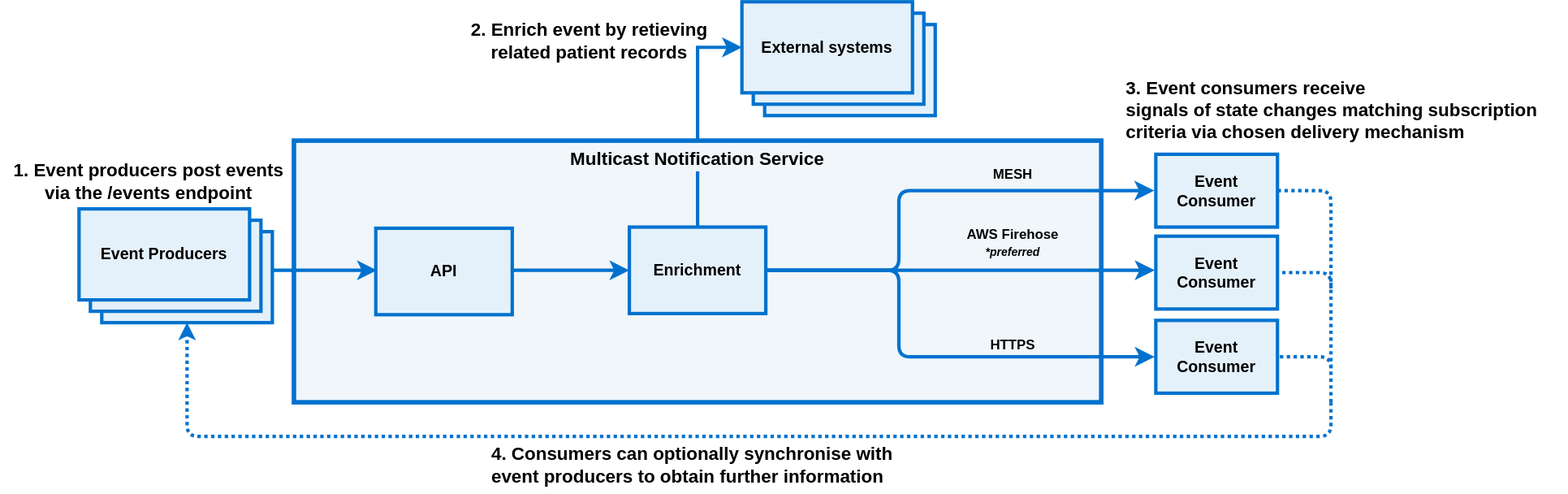
Above: assets/images/mns-high-level-diagram.svg in NHSDigital/multicast-notification-service (draw.io), before the change. Source tidied: cells renumbered, new cells last; positions are measured from the earlier drawing's top-left corner, leaving out a move shared by most shapes.
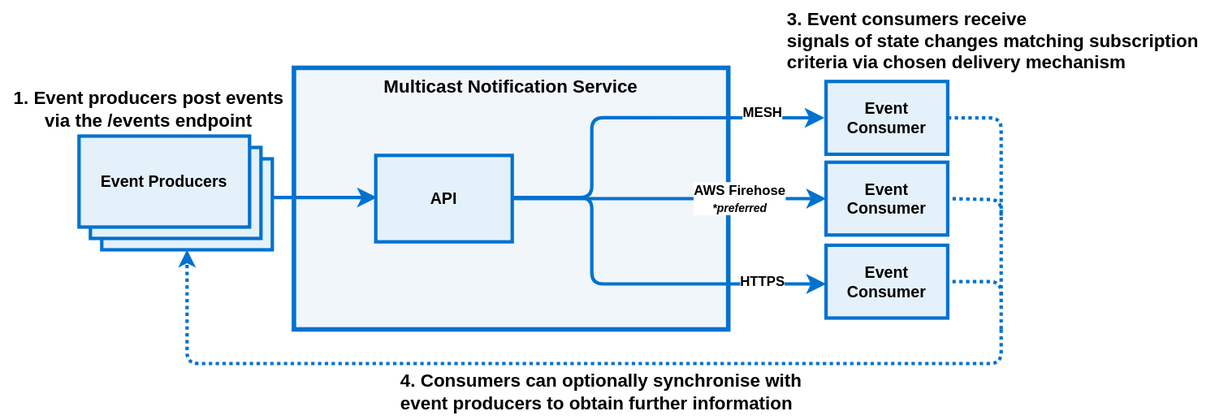
The same diagram one commit later.

What changed in the source:
```diff
@@ -3,36 +3,27 @@
     <mxCell id="0" />
     <mxCell id="1" parent="0" />
     <mxCell id="2" value="&lt;b&gt;Multicast Notification Service&lt;br&gt;&lt;/b&gt;" style="rounded=0;whiteSpace=wrap;html=1;strokeColor=#0072CE;strokeWidth=4;fillColor=#F0F6FA;fontSize=16;verticalAlign=top;" parent="1" vertex="1">
-      <mxGeometry x="258" y="122" width="710" height="230" as="geometry" />
+      <mxGeometry x="258" y="122" width="382" height="230" as="geometry" />
     </mxCell>
-    <mxCell id="3" value="&lt;b&gt;AWS Firehose&lt;br&gt;&lt;i&gt;&lt;font style=&quot;font-size: 10px;&quot;&gt;*preferred&lt;/font&gt;&lt;/i&gt;&lt;/b&gt;" style="edgeStyle=orthogonalEdgeStyle;rounded=0;orthogonalLoop=1;jettySize=auto;html=1;fontSize=12;startSize=8;endSize=8;strokeColor=#0072CE;strokeWidth=3;entryX=0;entryY=0.5;entryDx=0;entryDy=0;exitX=1;exitY=0.5;exitDx=0;exitDy=0;labelBackgroundColor=none;" parent="1" edge="1">
-      <mxGeometry x="0.27" y="24" relative="1" as="geometry">
-        <mxPoint x="673" y="235.9" as="sourcePoint" />
-        <mxPoint x="1015" y="235.9" as="targetPoint" />
-      </mxGeometry>
+    <mxCell id="3" value="&lt;b&gt;AWS Firehose&lt;br&gt;&lt;i&gt;&lt;font style=&quot;font-size: 10px;&quot;&gt;*preferred&lt;/font&gt;&lt;/i&gt;&lt;/b&gt;" style="edgeStyle=orthogonalEdgeStyle;rounded=0;jettySize=auto;html=1;fontSize=12;startSize=8;endSize=8;strokeColor=#0072CE;strokeWidth=3;labelBackgroundColor=default;" parent="1" edge="1" source="15" target="18">
+      <mxGeometry x="0.45" relative="1" as="geometry" />
     </mxCell>
-    <mxCell id="4" value="&lt;b&gt;HTTPS&lt;br&gt;&lt;/b&gt;" style="edgeStyle=orthogonalEdgeStyle;jettySize=auto;html=1;fontSize=12;startSize=8;endSize=8;strokeColor=#0072CE;entryX=0;entryY=0.5;entryDx=0;entryDy=0;rounded=1;exitX=1;exitY=0.5;exitDx=0;exitDy=0;strokeWidth=3;labelBackgroundColor=none;" parent="1" edge="1" source="16">
-      <mxGeometry x="0.4" y="10" relative="1" as="geometry">
-        <mxPoint x="1015" y="312" as="targetPoint" />
+    <mxCell id="4" value="&lt;b&gt;HTTPS&lt;br&gt;&lt;/b&gt;" style="edgeStyle=orthogonalEdgeStyle;jettySize=auto;html=1;fontSize=12;startSize=8;endSize=8;strokeColor=#0072CE;rounded=1;strokeWidth=3;labelBackgroundColor=default;" parent="1" edge="1" source="15" target="19">
+      <mxGeometry x="0.68" y="2" relative="1" as="geometry">
         <Array as="points">
-          <mxPoint x="790" y="236" />
-          <mxPoint x="790" y="312" />
+          <mxPoint x="520" y="236" />
+          <mxPoint x="520" y="312" />
         </Array>
       </mxGeometry>
     </mxCell>
-    <mxCell id="5" value="&lt;b&gt;MESH&lt;br&gt;&lt;/b&gt;" style="edgeStyle=orthogonalEdgeStyle;rounded=1;jettySize=auto;html=1;fontSize=12;startSize=8;endSize=8;strokeColor=#0072CE;entryX=-0.013;entryY=0.499;entryDx=0;entryDy=0;entryPerimeter=0;exitX=1;exitY=0.5;exitDx=0;exitDy=0;strokeWidth=3;labelBackgroundColor=none;" parent="1" edge="1" source="16" target="17">
-      <mxGeometry x="0.39" y="14" relative="1" as="geometry">
+    <mxCell id="5" value="&lt;b&gt;MESH&lt;br&gt;&lt;/b&gt;" style="edgeStyle=orthogonalEdgeStyle;rounded=1;jettySize=auto;html=1;fontSize=12;startSize=8;endSize=8;strokeColor=#0072CE;entryX=-0.013;entryY=0.499;entryDx=0;entryDy=0;entryPerimeter=0;strokeWidth=3;labelBackgroundColor=default;" parent="1" edge="1" source="15" target="17">
+      <mxGeometry x="0.68" y="4" relative="1" as="geometry">
         <Array as="points">
-          <mxPoint x="790" y="236" />
-          <mxPoint x="790" y="166" />
+          <mxPoint x="520" y="236" />
+          <mxPoint x="520" y="166" />
         </Array>
       </mxGeometry>
     </mxCell>
-    <mxCell id="6" style="edgeStyle=orthogonalEdgeStyle;rounded=0;jettySize=auto;html=1;fontSize=12;startSize=8;endSize=8;strokeColor=#0072CE;entryX=0;entryY=0.5;entryDx=0;entryDy=0;strokeWidth=3;" parent="1" edge="1" target="16">
-      <mxGeometry relative="1" as="geometry">
-        <mxPoint x="451" y="236" as="sourcePoint" />
-      </mxGeometry>
-    </mxCell>
     <mxCell id="7" style="edgeStyle=orthogonalEdgeStyle;rounded=0;orthogonalLoop=1;jettySize=auto;html=1;entryX=0;entryY=0.5;entryDx=0;entryDy=0;fontSize=12;startSize=8;endSize=8;strokeColor=#0072CE;exitX=1;exitY=0.25;exitDx=0;exitDy=0;strokeWidth=3;" parent="1" edge="1">
       <mxGeometry relative="1" as="geometry">
         <mxPoint x="239" y="236" as="sourcePoint" />
@@ -43,10 +34,10 @@
       <mxGeometry y="133" width="260" height="50" as="geometry" />
     </mxCell>
     <mxCell id="9" value="&lt;b&gt;3. Event consumers receive &lt;br&gt;signals of state changes matching subscription&lt;br&gt;criteria via chosen delivery mechanism&lt;br&gt;&lt;/b&gt;" style="text;html=1;align=left;verticalAlign=middle;fontSize=16;fillColor=default;" parent="1" vertex="1">
-      <mxGeometry x="988" y="60" width="390" height="70" as="geometry" />
+      <mxGeometry x="690" y="63" width="390" height="70" as="geometry" />
     </mxCell>
     <mxCell id="10" value="&lt;b&gt;4. Consumers can optionally synchronise with &lt;/b&gt;&lt;br&gt;&lt;b&gt;event producers to obtain further information&lt;/b&gt;" style="text;html=1;align=left;verticalAlign=middle;fontSize=16;fillColor=default;" parent="1" vertex="1">
-      <mxGeometry x="430" y="382" width="380" height="50" as="geometry" />
+      <mxGeometry x="350" y="382" width="380" height="50" as="geometry" />
     </mxCell>
     <mxCell id="11" style="group;" parent="1" vertex="1">
       <mxGeometry x="69" y="182" width="170" height="100" as="geometry" />
@@ -63,24 +54,18 @@
     <mxCell id="15" value="&lt;b&gt;API&lt;/b&gt;" style="rounded=0;whiteSpace=wrap;html=1;strokeColor=#0072CE;strokeWidth=3;fillColor=#E5F1FA;fontSize=14;" parent="1" vertex="1">
       <mxGeometry x="330" y="199" width="120" height="76" as="geometry" />
     </mxCell>
-    <mxCell id="16" value="&lt;b&gt;Enrichment&lt;/b&gt;" style="rounded=0;whiteSpace=wrap;html=1;strokeColor=#0072CE;strokeWidth=3;fillColor=#E5F1FA;fontSize=14;" parent="1" vertex="1">
-      <mxGeometry x="553" y="198" width="120" height="76" as="geometry" />
-    </mxCell>
     <mxCell id="17" value="&lt;div&gt;&lt;b&gt;Event &lt;br&gt;&lt;/b&gt;&lt;/div&gt;&lt;div&gt;&lt;b&gt;Consumer&lt;/b&gt;&lt;/div&gt;" style="rounded=0;whiteSpace=wrap;html=1;strokeColor=#0072CE;strokeWidth=3;fillColor=#E5F1FA;fontSize=14;" parent="1" vertex="1">
-      <mxGeometry x="1016" y="134" width="107" height="64" as="geometry" />
+      <mxGeometry x="726" y="134" width="107" height="64" as="geometry" />
     </mxCell>
     <mxCell id="18" value="&lt;div&gt;&lt;b&gt;Event &lt;br&gt;&lt;/b&gt;&lt;/div&gt;&lt;div&gt;&lt;b&gt;Consumer&lt;/b&gt;&lt;/div&gt;" style="rounded=0;whiteSpace=wrap;html=1;strokeColor=#0072CE;strokeWidth=3;fillColor=#E5F1FA;fontSize=14;" parent="1" vertex="1">
-      <mxGeometry x="1016" y="206" width="107" height="64" as="geometry" />
+      <mxGeometry x="726" y="205" width="107" height="64" as="geometry" />
     </mxCell>
     <mxCell id="19" value="&lt;div&gt;&lt;b&gt;Event &lt;br&gt;&lt;/b&gt;&lt;/div&gt;&lt;div&gt;&lt;b&gt;Consumer&lt;/b&gt;&lt;/div&gt;" style="rounded=0;whiteSpace=wrap;html=1;strokeColor=#0072CE;strokeWidth=3;fillColor=#E5F1FA;fontSize=14;" parent="1" vertex="1">
-      <mxGeometry x="1016" y="280" width="107" height="64" as="geometry" />
+      <mxGeometry x="726" y="278" width="107" height="64" as="geometry" />
     </mxCell>
-    <mxCell id="20" value="&lt;div&gt;&lt;b&gt;2. Enrich event by retieving &lt;br&gt;&lt;/b&gt;&lt;/div&gt;&lt;div&gt;&lt;b&gt;&amp;nbsp;&amp;nbsp;&amp;nbsp; related patient records&lt;/b&gt;&lt;/div&gt;" style="text;html=1;align=left;verticalAlign=middle;fontSize=16;fillColor=none;strokeColor=none;" parent="1" vertex="1">
-      <mxGeometry x="412" y="9" width="230" height="50" as="geometry" />
-    </mxCell>
     <mxCell id="21" style="edgeStyle=orthogonalEdgeStyle;shape=connector;rounded=1;jettySize=auto;html=1;entryX=0.5;entryY=1;entryDx=0;entryDy=0;labelBackgroundColor=default;strokeColor=#0072CE;strokeWidth=3;fontFamily=Helvetica;fontSize=14;fontColor=default;endArrow=classic;dashed=1;dashPattern=1 1;" parent="1" edge="1" target="12">
       <mxGeometry relative="1" as="geometry">
-        <mxPoint x="1170" y="352" as="sourcePoint" />
+        <mxPoint x="880" y="352" as="sourcePoint" />
         <Array as="points">
           <mxPoint x="164" y="382" />
         </Array>
@@ -88,47 +73,27 @@
     </mxCell>
     <mxCell id="22" style="edgeStyle=orthogonalEdgeStyle;shape=connector;rounded=1;jettySize=auto;html=1;entryX=1;entryY=0.5;entryDx=0;entryDy=0;labelBackgroundColor=default;strokeColor=#0072CE;strokeWidth=3;fontFamily=Helvetica;fontSize=14;fontColor=default;endArrow=none;dashed=1;dashPattern=1 1;endFill=0;" parent="1" edge="1" target="19">
       <mxGeometry relative="1" as="geometry">
-        <mxPoint x="1170" y="352" as="sourcePoint" />
+        <mxPoint x="880" y="352" as="sourcePoint" />
         <Array as="points">
-          <mxPoint x="1170" y="312" />
+          <mxPoint x="880" y="310" />
         </Array>
       </mxGeometry>
     </mxCell>
     <mxCell id="23" style="edgeStyle=orthogonalEdgeStyle;shape=connector;rounded=1;jettySize=auto;html=1;entryX=1;entryY=0.5;entryDx=0;entryDy=0;labelBackgroundColor=default;strokeColor=#0072CE;strokeWidth=3;fontFamily=Helvetica;fontSize=14;fontColor=default;endArrow=none;dashed=1;dashPattern=1 1;endFill=0;" parent="1" edge="1" target="18">
       <mxGeometry relative="1" as="geometry">
-        <mxPoint x="1170" y="322" as="sourcePoint" />
+        <mxPoint x="880" y="322" as="sourcePoint" />
         <Array as="points">
-          <mxPoint x="1170" y="238" />
+          <mxPoint x="880" y="238" />
         </Array>
       </mxGeometry>
     </mxCell>
     <mxCell id="24" style="edgeStyle=orthogonalEdgeStyle;shape=connector;rounded=1;jettySize=auto;html=1;entryX=1;entryY=0.5;entryDx=0;entryDy=0;labelBackgroundColor=default;strokeColor=#0072CE;strokeWidth=3;fontFamily=Helvetica;fontSize=14;fontColor=default;endArrow=none;dashed=1;dashPattern=1 1;endFill=0;" parent="1" edge="1" target="17">
       <mxGeometry relative="1" as="geometry">
-        <mxPoint x="1170" y="252" as="sourcePoint" />
+        <mxPoint x="880" y="252" as="sourcePoint" />
         <Array as="points">
-          <mxPoint x="1170" y="166" />
+          <mxPoint x="880" y="166" />
         </Array>
       </mxGeometry>
     </mxCell>
-    <mxCell id="25" style="edgeStyle=orthogonalEdgeStyle;rounded=0;jettySize=auto;html=1;fontSize=12;startSize=8;endSize=8;strokeColor=#0072CE;strokeWidth=3;endArrow=none;endFill=0;exitX=0.5;exitY=0;exitDx=0;exitDy=0;" parent="1" edge="1" source="16">
-      <mxGeometry relative="1" as="geometry">
-        <mxPoint x="613" y="149" as="targetPoint" />
-      </mxGeometry>
-    </mxCell>
-    <mxCell id="26" style="edgeStyle=orthogonalEdgeStyle;rounded=0;jettySize=auto;html=1;fontSize=12;startSize=8;endSize=8;strokeColor=#0072CE;entryX=0;entryY=0.5;entryDx=0;entryDy=0;strokeWidth=3;exitX=0.5;exitY=0;exitDx=0;exitDy=0;" parent="1" edge="1" source="2" target="30">
-      <mxGeometry relative="1" as="geometry" />
-    </mxCell>
-    <mxCell id="27" style="group;" parent="1" vertex="1">
-      <mxGeometry x="652" width="170" height="100" as="geometry" />
-    </mxCell>
-    <mxCell id="28" style="rounded=0;whiteSpace=wrap;html=1;strokeColor=#0072CE;strokeWidth=3;fillColor=#E5F1FA;fontSize=14;" parent="27" vertex="1">
-      <mxGeometry x="20" y="20" width="150" height="80" as="geometry" />
-    </mxCell>
-    <mxCell id="29" style="rounded=0;whiteSpace=wrap;html=1;strokeColor=#0072CE;strokeWidth=3;fillColor=#E5F1FA;fontSize=14;" parent="27" vertex="1">
-      <mxGeometry x="10" y="10" width="150" height="80" as="geometry" />
-    </mxCell>
-    <mxCell id="30" value="&lt;b&gt;External systems&lt;br&gt;&lt;/b&gt;" style="rounded=0;whiteSpace=wrap;html=1;strokeColor=#0072CE;strokeWidth=3;fillColor=#E5F1FA;fontSize=14;" parent="27" vertex="1">
-      <mxGeometry width="150" height="80" as="geometry" />
-    </mxCell>
   </root>
 </mxGraphModel>
```
